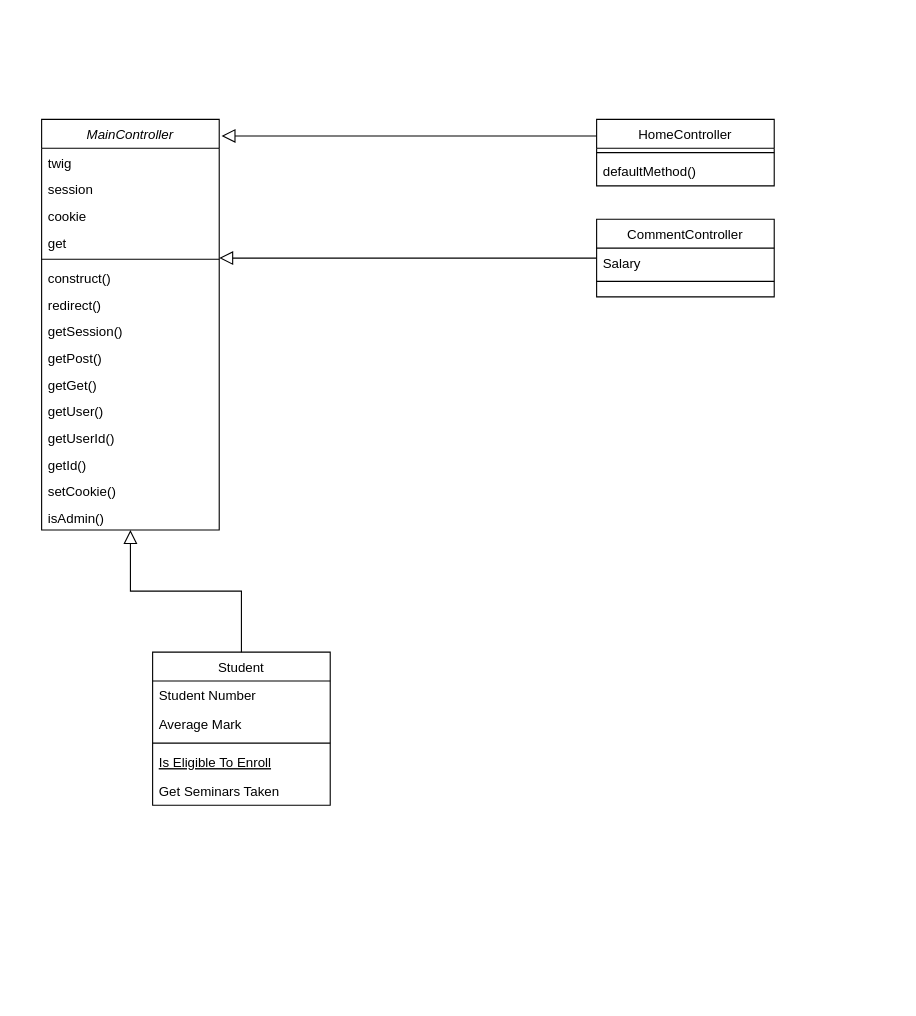
Earlier version of the draw.io diagram UMLdiagrams/Blog_ClassDiagram.drawio (AnnaigJegourel/OC-P5-Creez-votre-premier-blog-en-PHP). Source tidied: cells renumbered, new cells numbered last; positions are measured from the earlier drawing's top-left corner, leaving out a move shared by most shapes. Both pictures are drawn from the tidied source at 111%, with x=0, y=0 at pixel (41, 119).
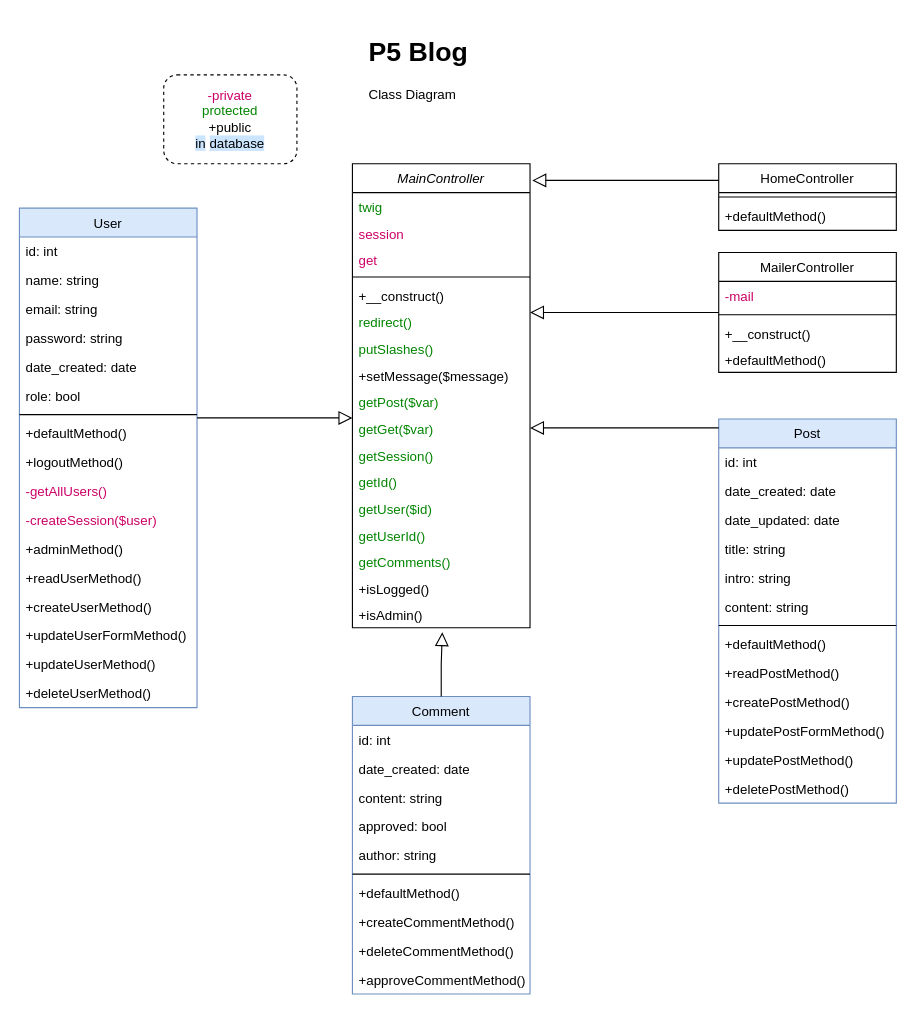
The same page after the edit.

Commit message (it also covers changes not shown here):
Update Class Diagram

The edit, as a diff of the source:
```diff
@@
     <mxCell id="2" value="MainController" style="swimlane;fontStyle=2;align=center;verticalAlign=top;horizontal=1;startSize=26;rounded=0;shadow=0;strokeWidth=1;" parent="1" vertex="1">
-      <mxGeometry width="160" height="370" as="geometry" />
+      <mxGeometry x="280" y="40" width="160" height="418" as="geometry" />
     </mxCell>
-    <mxCell id="3" value="twig" style="text;align=left;verticalAlign=top;spacingLeft=4;spacingRight=4;overflow=hidden;" parent="2" vertex="1">
+    <mxCell id="3" value="twig" style="text;align=left;verticalAlign=top;spacingLeft=4;spacingRight=4;overflow=hidden;fontColor=#008500;" parent="2" vertex="1">
       <mxGeometry y="26" width="160" height="24" as="geometry" />
     </mxCell>
-    <mxCell id="4" value="session" style="text;align=left;verticalAlign=top;spacingLeft=4;spacingRight=4;overflow=hidden;" parent="2" vertex="1">
+    <mxCell id="4" value="session" style="text;align=left;verticalAlign=top;spacingLeft=4;spacingRight=4;overflow=hidden;fontColor=#CC0066;" parent="2" vertex="1">
       <mxGeometry y="50" width="160" height="24" as="geometry" />
     </mxCell>
-    <mxCell id="5" value="cookie" style="text;align=left;verticalAlign=top;spacingLeft=4;spacingRight=4;overflow=hidden;" parent="2" vertex="1">
-      <mxGeometry y="74" width="160" height="24" as="geometry" />
-    </mxCell>
-    <mxCell id="6" value="get" style="text;align=left;verticalAlign=top;spacingLeft=4;spacingRight=4;overflow=hidden;" parent="2" vertex="1">
-      <mxGeometry y="98" width="160" height="24" as="geometry" />
+    <mxCell id="6" value="get" style="text;align=left;verticalAlign=top;spacingLeft=4;spacingRight=4;overflow=hidden;fontColor=#CC0066;" parent="2" vertex="1">
+      <mxGeometry y="74" width="160" height="24" as="geometry" />
     </mxCell>
     <mxCell id="7" style="line;html=1;strokeWidth=1;align=left;verticalAlign=middle;spacingTop=-1;spacingLeft=3;spacingRight=3;labelPosition=right;" parent="2" vertex="1">
-      <mxGeometry y="122" width="160" height="8" as="geometry" />
+      <mxGeometry y="98" width="160" height="8" as="geometry" />
     </mxCell>
-    <mxCell id="8" value="construct()" style="text;align=left;verticalAlign=top;spacingLeft=4;spacingRight=4;overflow=hidden;" parent="2" vertex="1">
-      <mxGeometry y="130" width="160" height="24" as="geometry" />
+    <mxCell id="8" value="+__construct()" style="text;align=left;verticalAlign=top;spacingLeft=4;spacingRight=4;overflow=hidden;" parent="2" vertex="1">
+      <mxGeometry y="106" width="160" height="24" as="geometry" />
     </mxCell>
-    <mxCell id="9" value="redirect()" style="text;align=left;verticalAlign=top;spacingLeft=4;spacingRight=4;overflow=hidden;" parent="2" vertex="1">
-      <mxGeometry y="154" width="160" height="24" as="geometry" />
+    <mxCell id="9" value="redirect()" style="text;align=left;verticalAlign=top;spacingLeft=4;spacingRight=4;overflow=hidden;fontColor=#008500;" parent="2" vertex="1">
+      <mxGeometry y="130" width="160" height="24" as="geometry" />
     </mxCell>
-    <mxCell id="10" value="getSession()" style="text;align=left;verticalAlign=top;spacingLeft=4;spacingRight=4;overflow=hidden;" parent="2" vertex="1">
-      <mxGeometry y="178" width="160" height="24" as="geometry" />
-    </mxCell>
+    <mxCell id="33" value="putSlashes()" style="text;align=left;verticalAlign=top;spacingLeft=4;spacingRight=4;overflow=hidden;fontColor=#008500;" parent="2" vertex="1">
+      <mxGeometry y="154" width="160" height="24" as="geometry" />
+    </mxCell>
+    <mxCell id="34" value="+setMessage($message)" style="text;align=left;verticalAlign=top;spacingLeft=4;spacingRight=4;overflow=hidden;" parent="2" vertex="1">
+      <mxGeometry y="178" width="160" height="24" as="geometry" />
+    </mxCell>
-    <mxCell id="11" value="getPost()" style="text;align=left;verticalAlign=top;spacingLeft=4;spacingRight=4;overflow=hidden;" parent="2" vertex="1">
+    <mxCell id="11" value="getPost($var)" style="text;align=left;verticalAlign=top;spacingLeft=4;spacingRight=4;overflow=hidden;fontColor=#008500;" parent="2" vertex="1">
       <mxGeometry y="202" width="160" height="24" as="geometry" />
     </mxCell>
-    <mxCell id="12" value="getGet()" style="text;align=left;verticalAlign=top;spacingLeft=4;spacingRight=4;overflow=hidden;points=[[0,0.5],[1,0.5]];portConstraint=eastwest;" parent="2" vertex="1">
+    <mxCell id="12" value="getGet($var)" style="text;align=left;verticalAlign=top;spacingLeft=4;spacingRight=4;overflow=hidden;points=[[0,0.5],[1,0.5]];portConstraint=eastwest;fontColor=#008500;" parent="2" vertex="1">
       <mxGeometry y="226" width="160" height="24" as="geometry" />
     </mxCell>
+    <mxCell id="10" value="getSession()" style="text;align=left;verticalAlign=top;spacingLeft=4;spacingRight=4;overflow=hidden;fontColor=#008500;" parent="2" vertex="1">
+      <mxGeometry y="250" width="160" height="24" as="geometry" />
+    </mxCell>
+    <mxCell id="15" value="getId()" style="text;align=left;verticalAlign=top;spacingLeft=4;spacingRight=4;overflow=hidden;fontColor=#008500;" parent="2" vertex="1">
+      <mxGeometry y="274" width="160" height="24" as="geometry" />
+    </mxCell>
-    <mxCell id="13" value="getUser()" style="text;align=left;verticalAlign=top;spacingLeft=4;spacingRight=4;overflow=hidden;" parent="2" vertex="1">
-      <mxGeometry y="250" width="160" height="24" as="geometry" />
+    <mxCell id="13" value="getUser($id)" style="text;align=left;verticalAlign=top;spacingLeft=4;spacingRight=4;overflow=hidden;fontColor=#008500;" parent="2" vertex="1">
+      <mxGeometry y="298" width="160" height="24" as="geometry" />
     </mxCell>
-    <mxCell id="14" value="getUserId()" style="text;align=left;verticalAlign=top;spacingLeft=4;spacingRight=4;overflow=hidden;" parent="2" vertex="1">
-      <mxGeometry y="274" width="160" height="24" as="geometry" />
+    <mxCell id="14" value="getUserId()" style="text;align=left;verticalAlign=top;spacingLeft=4;spacingRight=4;overflow=hidden;fontColor=#008500;" parent="2" vertex="1">
+      <mxGeometry y="322" width="160" height="24" as="geometry" />
     </mxCell>
-    <mxCell id="15" value="getId()" style="text;align=left;verticalAlign=top;spacingLeft=4;spacingRight=4;overflow=hidden;" parent="2" vertex="1">
-      <mxGeometry y="298" width="160" height="24" as="geometry" />
-    </mxCell>
+    <mxCell id="35" value="getComments()" style="text;align=left;verticalAlign=top;spacingLeft=4;spacingRight=4;overflow=hidden;fontColor=#008500;" parent="2" vertex="1">
+      <mxGeometry y="346" width="160" height="24" as="geometry" />
+    </mxCell>
-    <mxCell id="16" value="setCookie()" style="text;align=left;verticalAlign=top;spacingLeft=4;spacingRight=4;overflow=hidden;" parent="2" vertex="1">
-      <mxGeometry y="322" width="160" height="24" as="geometry" />
+    <mxCell id="16" value="+isLogged()" style="text;align=left;verticalAlign=top;spacingLeft=4;spacingRight=4;overflow=hidden;" parent="2" vertex="1">
+      <mxGeometry y="370" width="160" height="24" as="geometry" />
     </mxCell>
-    <mxCell id="17" value="isAdmin()" style="text;align=left;verticalAlign=top;spacingLeft=4;spacingRight=4;overflow=hidden;points=[[0,0.5],[1,0.5]];portConstraint=eastwest;" parent="2" vertex="1">
-      <mxGeometry y="346" width="160" height="24" as="geometry" />
+    <mxCell id="17" value="+isAdmin()" style="text;align=left;verticalAlign=top;spacingLeft=4;spacingRight=4;overflow=hidden;points=[[0,0.5],[1,0.5]];portConstraint=eastwest;" parent="2" vertex="1">
+      <mxGeometry y="394" width="160" height="24" as="geometry" />
     </mxCell>
-    <mxCell id="18" value="Student" style="swimlane;fontStyle=0;align=center;verticalAlign=top;horizontal=1;startSize=26;rounded=0;shadow=0;strokeWidth=1;" parent="1" vertex="1">
-      <mxGeometry x="100" y="480" width="160" height="138" as="geometry" />
+    <mxCell id="18" value="User" style="swimlane;fontStyle=0;align=center;verticalAlign=top;horizontal=1;startSize=26;rounded=0;shadow=0;strokeWidth=1;fillColor=#dae8fc;strokeColor=#6c8ebf;" parent="1" vertex="1">
+      <mxGeometry x="-20" y="80" width="160" height="450" as="geometry" />
     </mxCell>
-    <mxCell id="19" value="Student Number" style="text;align=left;verticalAlign=top;spacingLeft=4;spacingRight=4;overflow=hidden;" parent="18" vertex="1">
+    <mxCell id="19" value="id: int" style="text;align=left;verticalAlign=top;spacingLeft=4;spacingRight=4;overflow=hidden;" parent="18" vertex="1">
       <mxGeometry y="26" width="160" height="26" as="geometry" />
     </mxCell>
-    <mxCell id="20" value="Average Mark" style="text;align=left;verticalAlign=top;spacingLeft=4;spacingRight=4;overflow=hidden;rounded=0;shadow=0;html=0;" parent="18" vertex="1">
+    <mxCell id="20" value="name: string" style="text;align=left;verticalAlign=top;spacingLeft=4;spacingRight=4;overflow=hidden;rounded=0;shadow=0;html=0;" parent="18" vertex="1">
       <mxGeometry y="52" width="160" height="26" as="geometry" />
     </mxCell>
+    <mxCell id="36" value="email: string" style="text;align=left;verticalAlign=top;spacingLeft=4;spacingRight=4;overflow=hidden;rounded=0;shadow=0;html=0;" parent="18" vertex="1">
+      <mxGeometry y="78" width="160" height="26" as="geometry" />
+    </mxCell>
+    <mxCell id="37" value="password: string" style="text;align=left;verticalAlign=top;spacingLeft=4;spacingRight=4;overflow=hidden;rounded=0;shadow=0;html=0;" parent="18" vertex="1">
+      <mxGeometry y="104" width="160" height="26" as="geometry" />
+    </mxCell>
+    <mxCell id="38" value="date_created: date" style="text;align=left;verticalAlign=top;spacingLeft=4;spacingRight=4;overflow=hidden;rounded=0;shadow=0;html=0;" parent="18" vertex="1">
+      <mxGeometry y="130" width="160" height="26" as="geometry" />
+    </mxCell>
+    <mxCell id="39" value="role: bool" style="text;align=left;verticalAlign=top;spacingLeft=4;spacingRight=4;overflow=hidden;rounded=0;shadow=0;html=0;" parent="18" vertex="1">
+      <mxGeometry y="156" width="160" height="26" as="geometry" />
+    </mxCell>
     <mxCell id="21" style="line;html=1;strokeWidth=1;align=left;verticalAlign=middle;spacingTop=-1;spacingLeft=3;spacingRight=3;labelPosition=right;" parent="18" vertex="1">
-      <mxGeometry y="78" width="160" height="8" as="geometry" />
+      <mxGeometry y="182" width="160" height="8" as="geometry" />
     </mxCell>
-    <mxCell id="22" value="Is Eligible To Enroll" style="text;align=left;verticalAlign=top;spacingLeft=4;spacingRight=4;overflow=hidden;fontStyle=4;" parent="18" vertex="1">
-      <mxGeometry y="86" width="160" height="26" as="geometry" />
-    </mxCell>
-    <mxCell id="23" value="Get Seminars Taken" style="text;align=left;verticalAlign=top;spacingLeft=4;spacingRight=4;overflow=hidden;" parent="18" vertex="1">
-      <mxGeometry y="112" width="160" height="26" as="geometry" />
-    </mxCell>
+    <mxCell id="40" value="+defaultMethod()" style="text;align=left;verticalAlign=top;spacingLeft=4;spacingRight=4;overflow=hidden;fontStyle=0;" parent="18" vertex="1">
+      <mxGeometry y="190" width="160" height="26" as="geometry" />
+    </mxCell>
+    <mxCell id="41" value="+logoutMethod()" style="text;align=left;verticalAlign=top;spacingLeft=4;spacingRight=4;overflow=hidden;fontStyle=0;" parent="18" vertex="1">
+      <mxGeometry y="216" width="160" height="26" as="geometry" />
+    </mxCell>
+    <mxCell id="42" value="-getAllUsers()" style="text;align=left;verticalAlign=top;spacingLeft=4;spacingRight=4;overflow=hidden;fontStyle=0;fontColor=#CC0066;" parent="18" vertex="1">
+      <mxGeometry y="242" width="160" height="26" as="geometry" />
+    </mxCell>
+    <mxCell id="43" value="-createSession($user)" style="text;align=left;verticalAlign=top;spacingLeft=4;spacingRight=4;overflow=hidden;fontStyle=0;fontColor=#CC0066;" parent="18" vertex="1">
+      <mxGeometry y="268" width="160" height="26" as="geometry" />
+    </mxCell>
+    <mxCell id="44" value="+adminMethod()" style="text;align=left;verticalAlign=top;spacingLeft=4;spacingRight=4;overflow=hidden;fontStyle=0;" parent="18" vertex="1">
+      <mxGeometry y="294" width="160" height="26" as="geometry" />
+    </mxCell>
+    <mxCell id="45" value="+readUserMethod()" style="text;align=left;verticalAlign=top;spacingLeft=4;spacingRight=4;overflow=hidden;fontStyle=0;" parent="18" vertex="1">
+      <mxGeometry y="320" width="160" height="26" as="geometry" />
+    </mxCell>
+    <mxCell id="46" value="+createUserMethod()" style="text;align=left;verticalAlign=top;spacingLeft=4;spacingRight=4;overflow=hidden;fontStyle=0;" parent="18" vertex="1">
+      <mxGeometry y="346" width="160" height="26" as="geometry" />
+    </mxCell>
+    <mxCell id="47" value="+updateUserFormMethod()" style="text;align=left;verticalAlign=top;spacingLeft=4;spacingRight=4;overflow=hidden;fontStyle=0;" parent="18" vertex="1">
+      <mxGeometry y="372" width="160" height="26" as="geometry" />
+    </mxCell>
+    <mxCell id="48" value="+updateUserMethod()" style="text;align=left;verticalAlign=top;spacingLeft=4;spacingRight=4;overflow=hidden;fontStyle=0;" parent="18" vertex="1">
+      <mxGeometry y="398" width="160" height="26" as="geometry" />
+    </mxCell>
+    <mxCell id="49" value="+deleteUserMethod()" style="text;align=left;verticalAlign=top;spacingLeft=4;spacingRight=4;overflow=hidden;fontStyle=0;" parent="18" vertex="1">
+      <mxGeometry y="424" width="160" height="26" as="geometry" />
+    </mxCell>
@@
-    <mxCell id="25" value="CommentController" style="swimlane;fontStyle=0;align=center;verticalAlign=top;horizontal=1;startSize=26;rounded=0;shadow=0;strokeWidth=1;" parent="1" vertex="1">
-      <mxGeometry x="500" y="90" width="160" height="70" as="geometry" />
+    <mxCell id="25" value="MailerController" style="swimlane;fontStyle=0;align=center;verticalAlign=top;horizontal=1;startSize=26;rounded=0;shadow=0;strokeWidth=1;" parent="1" vertex="1">
+      <mxGeometry x="610" y="120" width="160" height="108" as="geometry" />
     </mxCell>
-    <mxCell id="26" value="Salary" style="text;align=left;verticalAlign=top;spacingLeft=4;spacingRight=4;overflow=hidden;" parent="25" vertex="1">
-      <mxGeometry y="26" width="160" height="26" as="geometry" />
-    </mxCell>
+    <mxCell id="50" value="-mail" style="text;align=left;verticalAlign=top;spacingLeft=4;spacingRight=4;overflow=hidden;fontColor=#CC0066;" parent="25" vertex="1">
+      <mxGeometry y="26" width="160" height="26" as="geometry" />
+    </mxCell>
@@
+    <mxCell id="51" value="+__construct()" style="text;align=left;verticalAlign=top;spacingLeft=4;spacingRight=4;overflow=hidden;" parent="25" vertex="1">
+      <mxGeometry y="60" width="160" height="24" as="geometry" />
+    </mxCell>
+    <mxCell id="52" value="+defaultMethod()" style="text;align=left;verticalAlign=top;spacingLeft=4;spacingRight=4;overflow=hidden;" parent="25" vertex="1">
+      <mxGeometry y="84" width="160" height="24" as="geometry" />
+    </mxCell>
@@
     <mxCell id="29" value="HomeController" style="swimlane;fontStyle=0;align=center;verticalAlign=top;horizontal=1;startSize=26;rounded=0;shadow=0;strokeWidth=1;" parent="1" vertex="1">
-      <mxGeometry x="500" width="160" height="60" as="geometry" />
+      <mxGeometry x="610" y="40" width="160" height="60" as="geometry" />
     </mxCell>
@@
-    <mxCell id="31" value="defaultMethod()" style="text;align=left;verticalAlign=top;spacingLeft=4;spacingRight=4;overflow=hidden;" parent="29" vertex="1">
+    <mxCell id="31" value="+defaultMethod()" style="text;align=left;verticalAlign=top;spacingLeft=4;spacingRight=4;overflow=hidden;" parent="29" vertex="1">
       <mxGeometry y="34" width="160" height="24" as="geometry" />
     </mxCell>
-    <mxCell id="32" style="endArrow=block;endSize=10;endFill=0;shadow=0;strokeWidth=1;rounded=0;edgeStyle=elbowEdgeStyle;elbow=vertical;entryX=1.013;entryY=0.041;entryDx=0;entryDy=0;entryPerimeter=0;exitX=0;exitY=0.25;exitDx=0;exitDy=0;" parent="1" edge="1" source="29" target="2">
+    <mxCell id="32" style="endArrow=block;endSize=10;endFill=0;shadow=0;strokeWidth=1;rounded=0;edgeStyle=elbowEdgeStyle;elbow=vertical;exitX=0;exitY=0.25;exitDx=0;exitDy=0;entryX=1.013;entryY=0.038;entryDx=0;entryDy=0;entryPerimeter=0;" parent="1" edge="1" source="29" target="2">
       <mxGeometry relative="1" as="geometry" />
     </mxCell>
+    <mxCell id="53" value="&lt;h1&gt;P5 Blog&lt;/h1&gt;&lt;div&gt;Class Diagram&lt;/div&gt;" style="text;html=1;strokeColor=none;fillColor=none;spacing=5;spacingTop=-20;whiteSpace=wrap;overflow=hidden;rounded=0;" parent="1" vertex="1">
+      <mxGeometry x="290" y="-80" width="110" height="80" as="geometry" />
+    </mxCell>
+    <mxCell id="54" value="&lt;font color=&quot;#cc0066&quot;&gt;-private&lt;/font&gt;&lt;br&gt;protected&lt;br&gt;&lt;font color=&quot;#000000&quot;&gt;+public&lt;/font&gt;&lt;br&gt;&lt;font style=&quot;background-color: rgb(204, 229, 255);&quot; color=&quot;#000000&quot;&gt;in&lt;/font&gt; &lt;font style=&quot;background-color: rgb(204, 229, 255);&quot; color=&quot;#000000&quot;&gt;database&lt;/font&gt;" style="rounded=1;whiteSpace=wrap;html=1;fontColor=#008500;dashed=1;" parent="1" vertex="1">
+      <mxGeometry x="110" y="-40" width="120" height="80" as="geometry" />
+    </mxCell>
+    <mxCell id="55" value="Comment" style="swimlane;fontStyle=0;align=center;verticalAlign=top;horizontal=1;startSize=26;rounded=0;shadow=0;strokeWidth=1;fillColor=#dae8fc;strokeColor=#6c8ebf;" parent="1" vertex="1">
+      <mxGeometry x="280" y="520" width="160" height="268" as="geometry" />
+    </mxCell>
+    <mxCell id="56" value="id: int" style="text;align=left;verticalAlign=top;spacingLeft=4;spacingRight=4;overflow=hidden;" parent="55" vertex="1">
+      <mxGeometry y="26" width="160" height="26" as="geometry" />
+    </mxCell>
+    <mxCell id="57" value="date_created: date" style="text;align=left;verticalAlign=top;spacingLeft=4;spacingRight=4;overflow=hidden;rounded=0;shadow=0;html=0;" parent="55" vertex="1">
+      <mxGeometry y="52" width="160" height="26" as="geometry" />
+    </mxCell>
+    <mxCell id="58" value="content: string" style="text;align=left;verticalAlign=top;spacingLeft=4;spacingRight=4;overflow=hidden;rounded=0;shadow=0;html=0;" parent="55" vertex="1">
+      <mxGeometry y="78" width="160" height="26" as="geometry" />
+    </mxCell>
+    <mxCell id="59" value="approved: bool" style="text;align=left;verticalAlign=top;spacingLeft=4;spacingRight=4;overflow=hidden;rounded=0;shadow=0;html=0;" parent="55" vertex="1">
+      <mxGeometry y="104" width="160" height="26" as="geometry" />
+    </mxCell>
+    <mxCell id="60" value="author: string" style="text;align=left;verticalAlign=top;spacingLeft=4;spacingRight=4;overflow=hidden;rounded=0;shadow=0;html=0;" parent="55" vertex="1">
+      <mxGeometry y="130" width="160" height="26" as="geometry" />
+    </mxCell>
+    <mxCell id="61" style="line;html=1;strokeWidth=1;align=left;verticalAlign=middle;spacingTop=-1;spacingLeft=3;spacingRight=3;labelPosition=right;" parent="55" vertex="1">
+      <mxGeometry y="156" width="160" height="8" as="geometry" />
+    </mxCell>
+    <mxCell id="62" value="+defaultMethod()" style="text;align=left;verticalAlign=top;spacingLeft=4;spacingRight=4;overflow=hidden;fontStyle=0;" parent="55" vertex="1">
+      <mxGeometry y="164" width="160" height="26" as="geometry" />
+    </mxCell>
+    <mxCell id="63" value="+createCommentMethod()" style="text;align=left;verticalAlign=top;spacingLeft=4;spacingRight=4;overflow=hidden;" parent="55" vertex="1">
+      <mxGeometry y="190" width="160" height="26" as="geometry" />
+    </mxCell>
+    <mxCell id="64" value="+deleteCommentMethod()" style="text;align=left;verticalAlign=top;spacingLeft=4;spacingRight=4;overflow=hidden;" parent="55" vertex="1">
+      <mxGeometry y="216" width="160" height="26" as="geometry" />
+    </mxCell>
+    <mxCell id="65" value="+approveCommentMethod()" style="text;align=left;verticalAlign=top;spacingLeft=4;spacingRight=4;overflow=hidden;" parent="55" vertex="1">
+      <mxGeometry y="242" width="160" height="26" as="geometry" />
+    </mxCell>
+    <mxCell id="66" value="Post" style="swimlane;fontStyle=0;align=center;verticalAlign=top;horizontal=1;startSize=26;rounded=0;shadow=0;strokeWidth=1;fillColor=#dae8fc;strokeColor=#6c8ebf;" parent="1" vertex="1">
+      <mxGeometry x="610" y="270" width="160" height="346" as="geometry" />
+    </mxCell>
+    <mxCell id="67" value="id: int" style="text;align=left;verticalAlign=top;spacingLeft=4;spacingRight=4;overflow=hidden;" parent="66" vertex="1">
+      <mxGeometry y="26" width="160" height="26" as="geometry" />
+    </mxCell>
+    <mxCell id="68" value="date_created: date" style="text;align=left;verticalAlign=top;spacingLeft=4;spacingRight=4;overflow=hidden;rounded=0;shadow=0;html=0;" parent="66" vertex="1">
+      <mxGeometry y="52" width="160" height="26" as="geometry" />
+    </mxCell>
+    <mxCell id="69" value="date_updated: date" style="text;align=left;verticalAlign=top;spacingLeft=4;spacingRight=4;overflow=hidden;rounded=0;shadow=0;html=0;" parent="66" vertex="1">
+      <mxGeometry y="78" width="160" height="26" as="geometry" />
+    </mxCell>
+    <mxCell id="70" value="title: string" style="text;align=left;verticalAlign=top;spacingLeft=4;spacingRight=4;overflow=hidden;rounded=0;shadow=0;html=0;" parent="66" vertex="1">
+      <mxGeometry y="104" width="160" height="26" as="geometry" />
+    </mxCell>
+    <mxCell id="71" value="intro: string" style="text;align=left;verticalAlign=top;spacingLeft=4;spacingRight=4;overflow=hidden;rounded=0;shadow=0;html=0;" parent="66" vertex="1">
+      <mxGeometry y="130" width="160" height="26" as="geometry" />
+    </mxCell>
+    <mxCell id="72" value="content: string" style="text;align=left;verticalAlign=top;spacingLeft=4;spacingRight=4;overflow=hidden;rounded=0;shadow=0;html=0;" parent="66" vertex="1">
+      <mxGeometry y="156" width="160" height="26" as="geometry" />
+    </mxCell>
+    <mxCell id="73" style="line;html=1;strokeWidth=1;align=left;verticalAlign=middle;spacingTop=-1;spacingLeft=3;spacingRight=3;labelPosition=right;" parent="66" vertex="1">
+      <mxGeometry y="182" width="160" height="8" as="geometry" />
+    </mxCell>
+    <mxCell id="74" value="+defaultMethod()" style="text;align=left;verticalAlign=top;spacingLeft=4;spacingRight=4;overflow=hidden;fontStyle=0;" parent="66" vertex="1">
+      <mxGeometry y="190" width="160" height="26" as="geometry" />
+    </mxCell>
+    <mxCell id="75" value="+readPostMethod()" style="text;align=left;verticalAlign=top;spacingLeft=4;spacingRight=4;overflow=hidden;fontStyle=0;" parent="66" vertex="1">
+      <mxGeometry y="216" width="160" height="26" as="geometry" />
+    </mxCell>
+    <mxCell id="76" value="+createPostMethod()" style="text;align=left;verticalAlign=top;spacingLeft=4;spacingRight=4;overflow=hidden;fontStyle=0;" parent="66" vertex="1">
+      <mxGeometry y="242" width="160" height="26" as="geometry" />
+    </mxCell>
+    <mxCell id="77" value="+updatePostFormMethod()" style="text;align=left;verticalAlign=top;spacingLeft=4;spacingRight=4;overflow=hidden;fontStyle=0;" parent="66" vertex="1">
+      <mxGeometry y="268" width="160" height="26" as="geometry" />
+    </mxCell>
+    <mxCell id="78" value="+updatePostMethod()" style="text;align=left;verticalAlign=top;spacingLeft=4;spacingRight=4;overflow=hidden;fontStyle=0;" parent="66" vertex="1">
+      <mxGeometry y="294" width="160" height="26" as="geometry" />
+    </mxCell>
+    <mxCell id="79" value="+deletePostMethod()" style="text;align=left;verticalAlign=top;spacingLeft=4;spacingRight=4;overflow=hidden;fontStyle=0;" parent="66" vertex="1">
+      <mxGeometry y="320" width="160" height="26" as="geometry" />
+    </mxCell>
+    <mxCell id="80" style="endArrow=block;endSize=10;endFill=0;shadow=0;strokeWidth=1;rounded=0;edgeStyle=elbowEdgeStyle;elbow=vertical;entryX=1;entryY=0.5;entryDx=0;entryDy=0;" parent="1" edge="1" source="66" target="12">
+      <mxGeometry relative="1" as="geometry" />
+    </mxCell>
+    <mxCell id="81" style="endArrow=block;endSize=10;endFill=0;shadow=0;strokeWidth=1;rounded=0;edgeStyle=elbowEdgeStyle;elbow=vertical;exitX=0.5;exitY=0;exitDx=0;exitDy=0;entryX=0.506;entryY=1.167;entryDx=0;entryDy=0;entryPerimeter=0;" parent="1" edge="1" source="55" target="17">
+      <mxGeometry relative="1" as="geometry" />
+    </mxCell>
```
